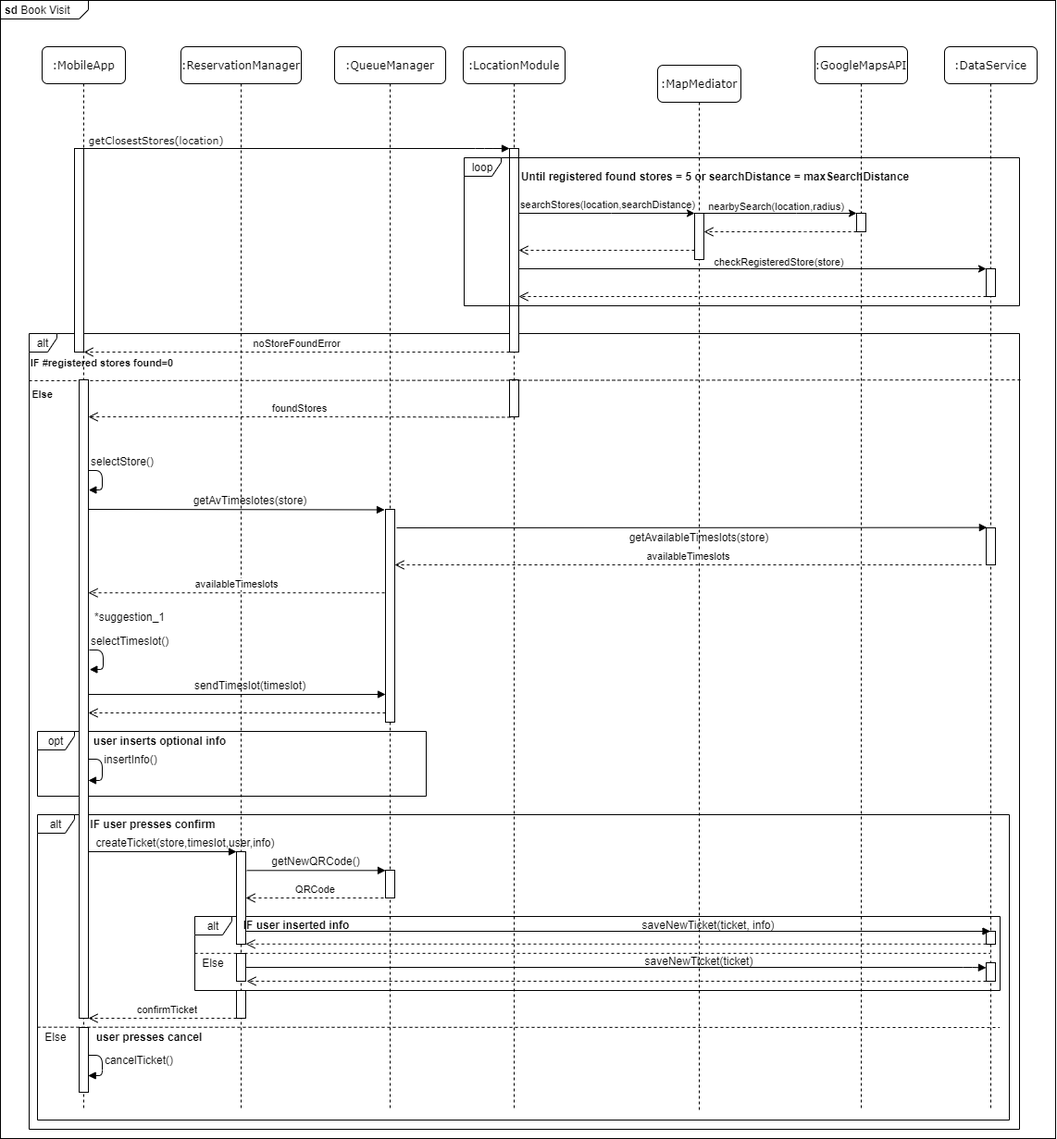
The draw.io diagram Relevant DD information/Sequence Diagrams/PNG/bookVisitSeq.png in EtionPinari/PinariRomeoSbrolli, before a commit. Source tidied: cells renumbered, new cells last; positions are measured from the earlier drawing's top-left corner, leaving out a move shared by most shapes.
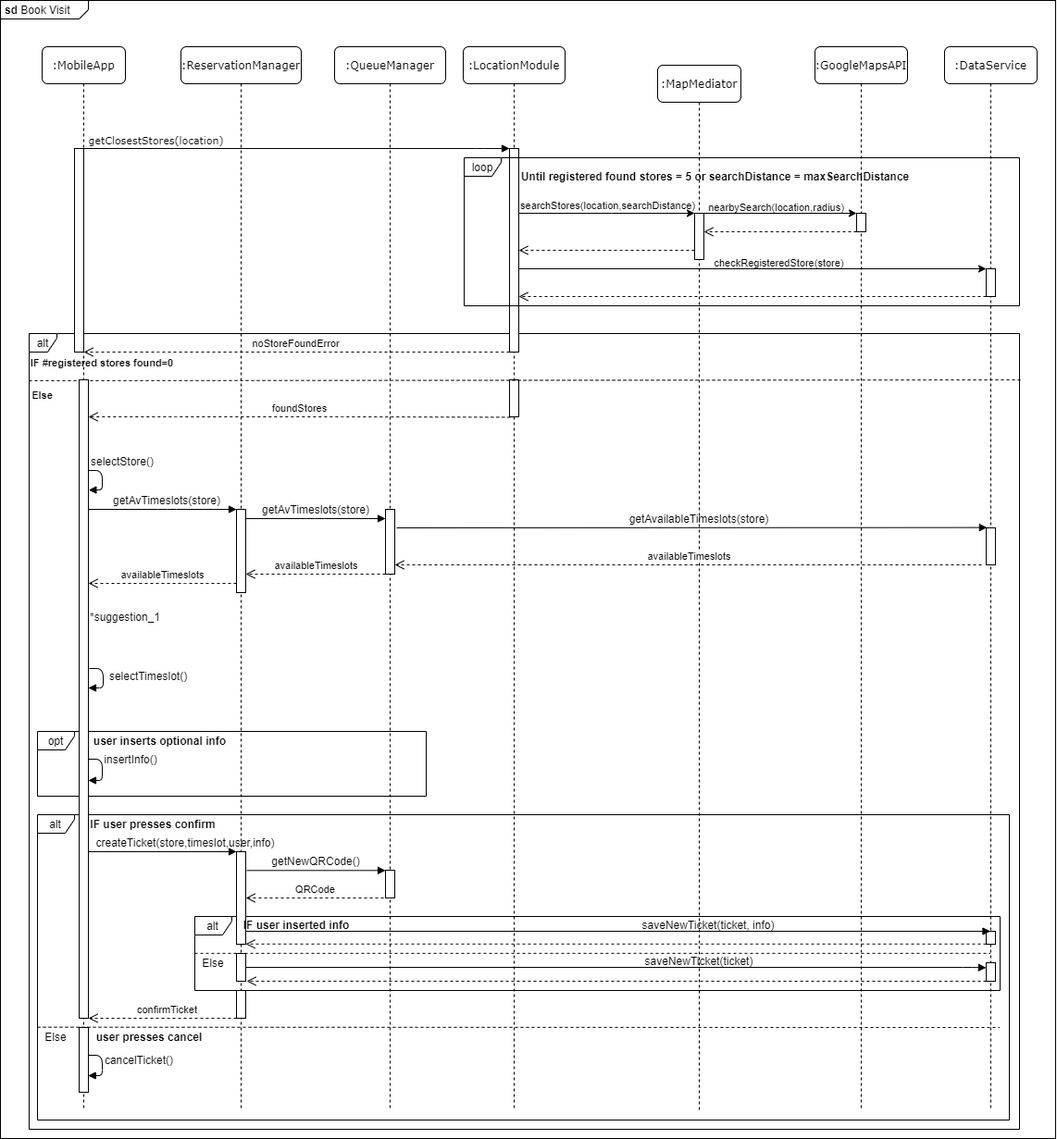
The same file after the commit.

What changed in the source:
```diff
@@ -26,11 +26,14 @@
     <mxCell id="9" style="html=1;points=[];perimeter=orthogonalPerimeter;" parent="7" vertex="1">
       <mxGeometry x="60" y="980" width="10" height="30" as="geometry" />
     </mxCell>
+    <mxCell id="85" style="html=1;points=[];perimeter=orthogonalPerimeter;rounded=0;shadow=0;comic=0;labelBackgroundColor=none;strokeWidth=1;fontFamily=Verdana;fontSize=12;align=center;" parent="7" vertex="1">
+      <mxGeometry x="60" y="500" width="10" height="90" as="geometry" />
+    </mxCell>
     <mxCell id="10" value=":QueueManager" style="shape=umlLifeline;perimeter=lifelinePerimeter;whiteSpace=wrap;html=1;rounded=1;shadow=0;comic=0;labelBackgroundColor=none;strokeWidth=1;fontFamily=Verdana;fontSize=12;align=center;" parent="1" vertex="1">
       <mxGeometry x="361" y="50" width="120" height="1150" as="geometry" />
     </mxCell>
     <mxCell id="11" style="html=1;points=[];perimeter=orthogonalPerimeter;" parent="10" vertex="1">
-      <mxGeometry x="55" y="500" width="10" height="230" as="geometry" />
+      <mxGeometry x="55" y="500" width="10" height="70" as="geometry" />
     </mxCell>
     <mxCell id="12" style="html=1;points=[];perimeter=orthogonalPerimeter;" parent="10" vertex="1">
       <mxGeometry x="55" y="890" width="10" height="30" as="geometry" />
@@ -51,7 +54,7 @@
       <mxGeometry x="40" y="160" width="10" height="50" as="geometry" />
     </mxCell>
     <mxCell id="18" value="getAvailableTimeslots(store)" style="text;html=1;strokeColor=none;fillColor=none;align=center;verticalAlign=middle;whiteSpace=wrap;rounded=0;" parent="16" vertex="1">
-      <mxGeometry x="25" y="500" width="40" height="20" as="geometry" />
+      <mxGeometry x="25" y="480" width="40" height="20" as="geometry" />
     </mxCell>
     <mxCell id="19" value=":GoogleMapsAPI" style="shape=umlLifeline;perimeter=lifelinePerimeter;whiteSpace=wrap;html=1;rounded=1;shadow=0;comic=0;labelBackgroundColor=none;strokeWidth=1;fontFamily=Verdana;fontSize=12;align=center;" parent="1" vertex="1">
       <mxGeometry x="880" y="50" width="100" height="1150" as="geometry" />
@@ -199,15 +202,17 @@
       <mxGeometry x="112" y="488" width="40" height="20" as="geometry" />
     </mxCell>
     <mxCell id="47" value="*suggestion_1" style="text;html=1;strokeColor=none;fillColor=none;align=center;verticalAlign=middle;whiteSpace=wrap;rounded=0;" parent="1" vertex="1">
-      <mxGeometry x="100" y="656" width="80" height="20" as="geometry" />
+      <mxGeometry x="95" y="656" width="80" height="20" as="geometry" />
     </mxCell>
-    <mxCell id="48" style="endArrow=block;endFill=1;endSize=6;html=1;entryX=-0.1;entryY=0.002;entryDx=0;entryDy=0;entryPerimeter=0;" parent="1" edge="1" target="11">
+    <mxCell id="48" style="endArrow=block;endFill=1;endSize=6;html=1;" parent="1" edge="1" source="85" target="11">
       <mxGeometry relative="1" as="geometry">
-        <mxPoint x="95" y="550" as="sourcePoint" />
+        <Array as="points">
+          <mxPoint x="340" y="560" />
+        </Array>
       </mxGeometry>
     </mxCell>
-    <mxCell id="49" value="getAvTimeslotes(store)" style="text;html=1;strokeColor=none;fillColor=none;align=center;verticalAlign=middle;whiteSpace=wrap;rounded=0;" parent="1" vertex="1">
-      <mxGeometry x="250" y="530" width="40" height="20" as="geometry" />
+    <mxCell id="49" value="getAvTimeslots(store)" style="text;html=1;strokeColor=none;fillColor=none;align=center;verticalAlign=middle;whiteSpace=wrap;rounded=0;" parent="1" vertex="1">
+      <mxGeometry x="321" y="540" width="40" height="20" as="geometry" />
     </mxCell>
     <mxCell id="50" style="endArrow=block;endFill=1;endSize=6;html=1;entryX=0.089;entryY=-0.009;entryDx=0;entryDy=0;entryPerimeter=0;" parent="1" edge="1" target="51">
       <mxGeometry relative="1" as="geometry">
@@ -222,38 +227,26 @@
         <mxPoint x="1060" y="610" as="sourcePoint" />
       </mxGeometry>
     </mxCell>
-    <mxCell id="53" value="availableTimeslots" style="html=1;verticalAlign=bottom;endArrow=open;dashed=1;endSize=8;exitX=-0.093;exitY=0.332;exitDx=0;exitDy=0;exitPerimeter=0;" parent="1" edge="1">
+    <mxCell id="53" value="availableTimeslots" style="html=1;verticalAlign=bottom;endArrow=open;dashed=1;endSize=8;" parent="1" edge="1" source="11" target="85">
       <mxGeometry relative="1" as="geometry">
-        <mxPoint x="415.1" y="640.2" as="sourcePoint" />
-        <mxPoint x="95" y="640.2" as="targetPoint" />
+        <Array as="points">
+          <mxPoint x="340" y="620" />
+        </Array>
       </mxGeometry>
     </mxCell>
-    <mxCell id="54" style="endArrow=block;endFill=1;endSize=6;html=1;entryX=1.033;entryY=0.389;entryDx=0;entryDy=0;entryPerimeter=0;" parent="1" edge="1">
+    <mxCell id="54" style="endArrow=block;endFill=1;endSize=6;html=1;" parent="1" edge="1">
       <mxGeometry relative="1" as="geometry">
-        <mxPoint x="96" y="702" as="sourcePoint" />
-        <mxPoint x="96.3" y="723.1" as="targetPoint" />
+        <mxPoint x="96" y="722" as="sourcePoint" />
+        <mxPoint x="95" y="743" as="targetPoint" />
         <Array as="points">
-          <mxPoint x="111" y="702" />
-          <mxPoint x="111" y="723" />
+          <mxPoint x="111" y="722" />
+          <mxPoint x="111" y="743" />
         </Array>
       </mxGeometry>
     </mxCell>
     <mxCell id="55" value="selectTimeslot()" style="text;html=1;strokeColor=none;fillColor=none;align=center;verticalAlign=middle;whiteSpace=wrap;rounded=0;" parent="1" vertex="1">
-      <mxGeometry x="120" y="682" width="40" height="20" as="geometry" />
+      <mxGeometry x="140" y="720" width="40" height="20" as="geometry" />
     </mxCell>
-    <mxCell id="56" style="endArrow=block;endFill=1;endSize=6;html=1;" parent="1" edge="1" target="11">
-      <mxGeometry relative="1" as="geometry">
-        <mxPoint x="95" y="750" as="sourcePoint" />
-      </mxGeometry>
-    </mxCell>
-    <mxCell id="57" value="sendTimeslot(timeslot)" style="text;html=1;strokeColor=none;fillColor=none;align=center;verticalAlign=middle;whiteSpace=wrap;rounded=0;" parent="1" vertex="1">
-      <mxGeometry x="250" y="730" width="40" height="20" as="geometry" />
-    </mxCell>
-    <mxCell id="58" style="html=1;verticalAlign=bottom;endArrow=open;dashed=1;endSize=8;" parent="1" edge="1" source="11">
-      <mxGeometry relative="1" as="geometry">
-        <mxPoint x="95" y="770" as="targetPoint" />
-      </mxGeometry>
-    </mxCell>
     <mxCell id="59" value="&lt;b&gt;user inserts optional info&lt;/b&gt;" style="text;html=1;strokeColor=none;fillColor=none;align=center;verticalAlign=middle;whiteSpace=wrap;rounded=0;" parent="1" vertex="1">
       <mxGeometry x="95" y="790" width="155" height="20" as="geometry" />
     </mxCell>
@@ -360,5 +353,22 @@
     <mxCell id="84" value="cancelTicket()" style="text;html=1;strokeColor=none;fillColor=none;align=center;verticalAlign=middle;whiteSpace=wrap;rounded=0;" parent="1" vertex="1">
       <mxGeometry x="130" y="1135" width="40" height="20" as="geometry" />
     </mxCell>
+    <mxCell id="86" style="endArrow=block;endFill=1;endSize=6;html=1;" parent="1" edge="1" source="44" target="85">
+      <mxGeometry relative="1" as="geometry">
+        <Array as="points">
+          <mxPoint x="180" y="550" />
+        </Array>
+      </mxGeometry>
+    </mxCell>
+    <mxCell id="87" value="availableTimeslots" style="html=1;verticalAlign=bottom;endArrow=open;dashed=1;endSize=8;" parent="1" edge="1" source="85" target="44">
+      <mxGeometry relative="1" as="geometry">
+        <Array as="points">
+          <mxPoint x="190" y="630" />
+        </Array>
+      </mxGeometry>
+    </mxCell>
+    <mxCell id="88" value="getAvTimeslots(store)" style="text;html=1;strokeColor=none;fillColor=none;align=center;verticalAlign=middle;whiteSpace=wrap;rounded=0;" parent="1" vertex="1">
+      <mxGeometry x="160" y="530" width="40" height="20" as="geometry" />
+    </mxCell>
   </root>
 </mxGraphModel>
```
